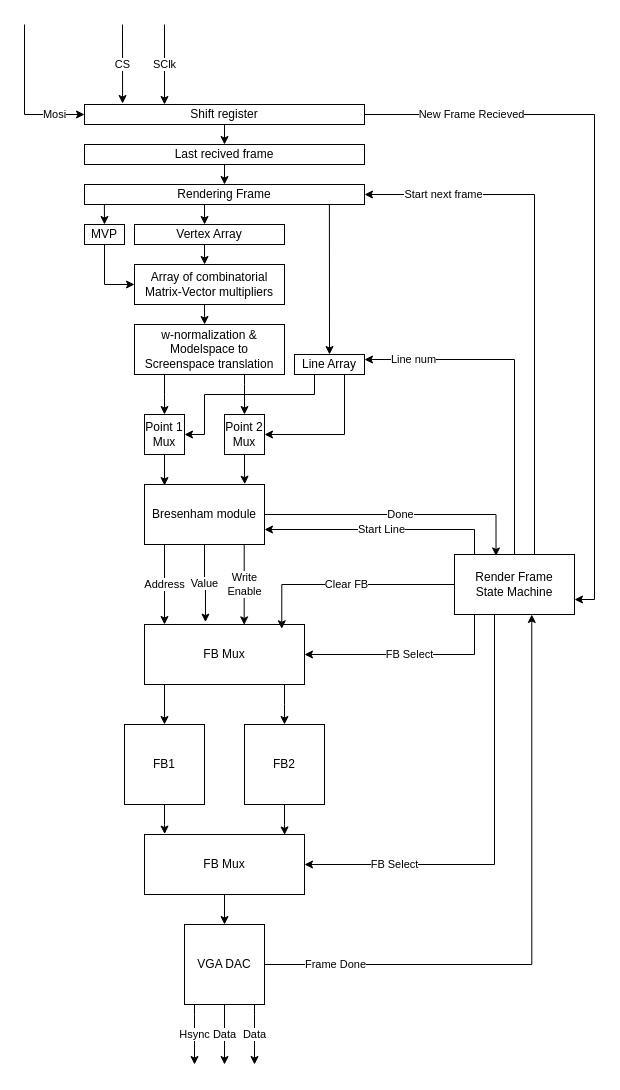
Above: fpga/Untitled Diagram.drawio in halworsen/tdt4295-grafikk (draw.io), before the change. Source tidied: cells renumbered, new cells numbered last; positions are measured from the earlier drawing's top-left corner, leaving out a move shared by most shapes. Both pictures are drawn from the tidied source at 100%, with x=0, y=0 at pixel (24, 24).
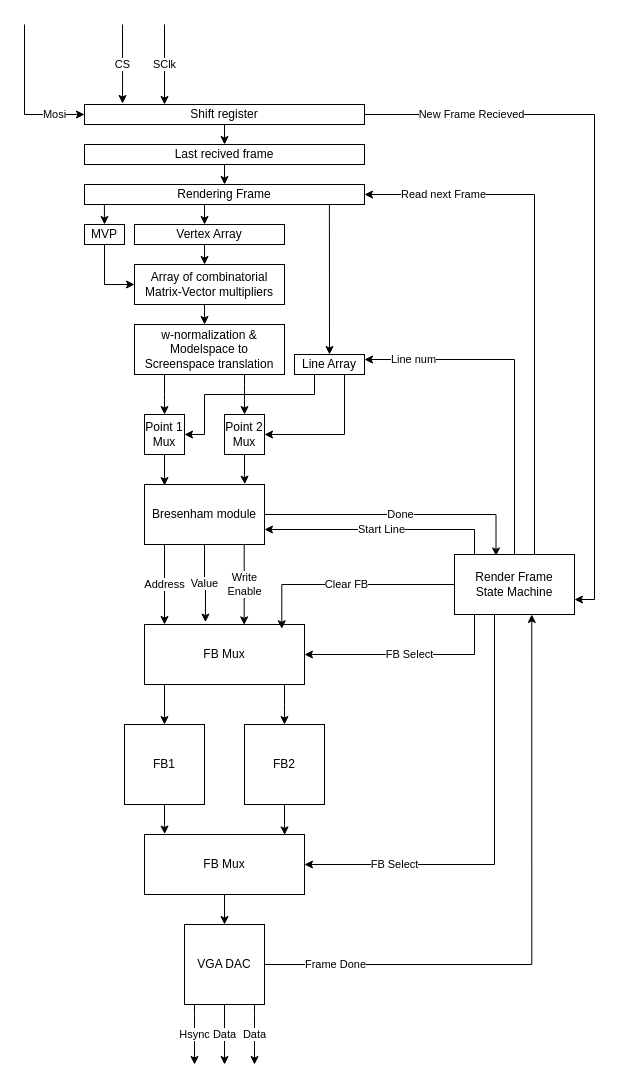
The same page after the edit.

Unchanged cells that the change refers to:
```xml
<mxCell id="10" value="Rendering Frame" style="rounded=0;whiteSpace=wrap;html=1;" parent="1" vertex="1">
  <mxGeometry x="60" y="160" width="280" height="20" as="geometry" />
</mxCell>
<mxCell id="57" value="&lt;div&gt;Render Frame&lt;/div&gt;&lt;div&gt; State Machine&lt;/div&gt;" style="rounded=0;whiteSpace=wrap;html=1;" parent="1" vertex="1">
  <mxGeometry x="430" y="530" width="120" height="60" as="geometry" />
</mxCell>
```

The edit, as a diff of the source:
```diff
@@
-    <mxCell id="54" value="Start next frame" style="edgeStyle=orthogonalEdgeStyle;rounded=0;jettySize=auto;html=1;entryX=1;entryY=0.5;entryDx=0;entryDy=0;" parent="1" edge="1" source="57" target="10">
+    <mxCell id="54" value="Read next Frame" style="edgeStyle=orthogonalEdgeStyle;rounded=0;jettySize=auto;html=1;entryX=1;entryY=0.5;entryDx=0;entryDy=0;" parent="1" edge="1" source="57" target="10">
       <mxGeometry x="0.7" relative="1" as="geometry">
         <Array as="points">
           <mxPoint x="510" y="170" />
         </Array>
       </mxGeometry>
     </mxCell>
```
